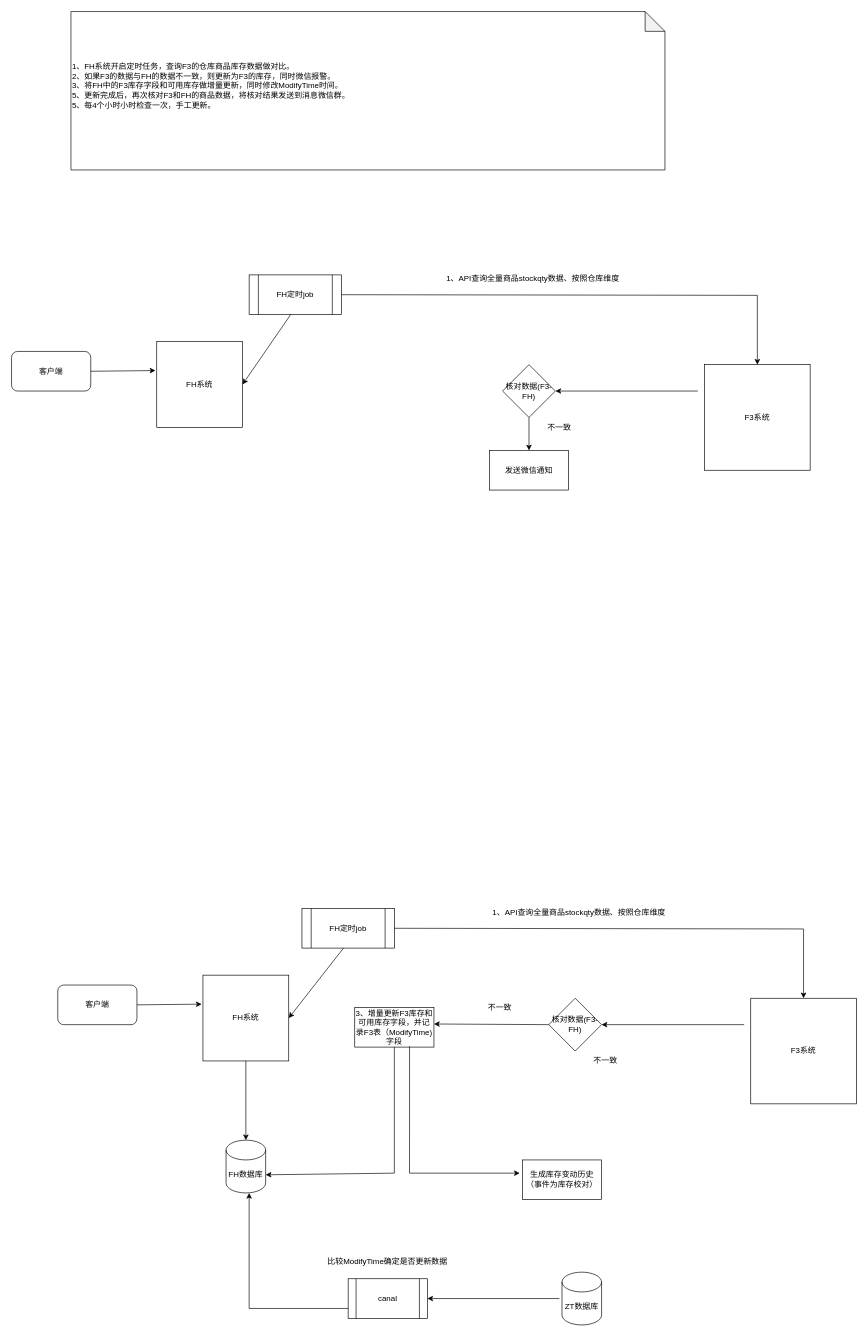
Earlier version of the draw.io diagram SketchMap/FH库存校验.drawio (liuyunlong1229/aaa). Source tidied: cells renumbered, new cells numbered last; positions are measured from the earlier drawing's top-left corner, leaving out a move shared by most shapes. Both pictures are drawn from the tidied source at 66%, with x=0, y=0 at pixel (11, 11).
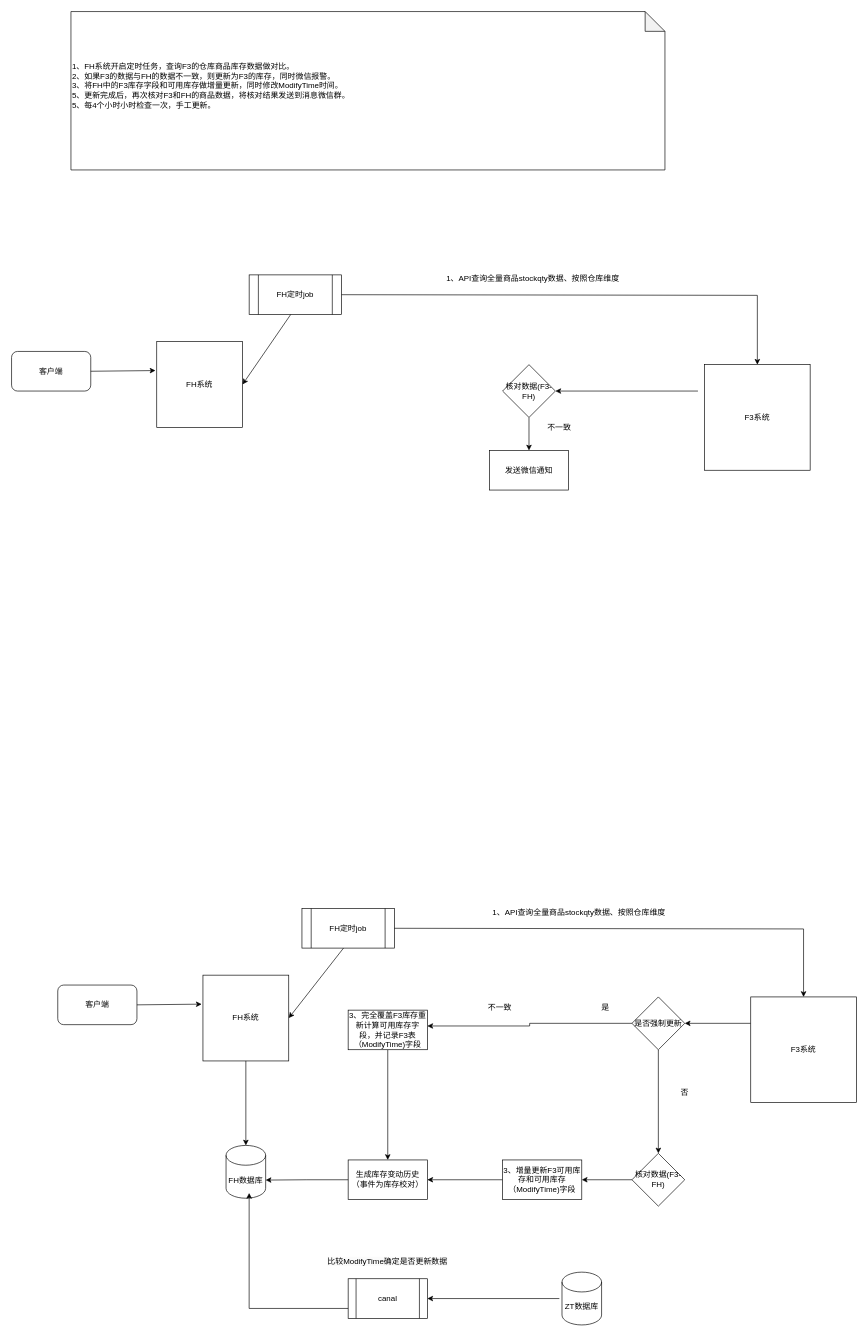
After the change.

Commit message:
更新FH库存校验.drawio

The edit, as a diff of the source:
```diff
@@
     <mxCell id="3" value="FH数据库" style="shape=cylinder3;whiteSpace=wrap;html=1;boundedLbl=1;backgroundOutline=1;size=15;" parent="1" vertex="1">
-      <mxGeometry x="325" y="1710" width="60" height="80" as="geometry" />
+      <mxGeometry x="325" y="1718" width="60" height="80" as="geometry" />
     </mxCell>
+    <mxCell id="40" style="edgeStyle=orthogonalEdgeStyle;rounded=0;jettySize=auto;html=1;exitX=0;exitY=0.25;exitDx=0;exitDy=0;entryX=1;entryY=0.5;entryDx=0;entryDy=0;" parent="1" edge="1" source="4" target="44">
+      <mxGeometry relative="1" as="geometry" />
+    </mxCell>
     <mxCell id="4" value="F3系统" style="whiteSpace=wrap;html=1;" parent="1" vertex="1">
-      <mxGeometry x="1120" y="1495" width="160" height="160" as="geometry" />
+      <mxGeometry x="1120" y="1493" width="160" height="160" as="geometry" />
     </mxCell>
@@
-    <mxCell id="12" value="核对数据(F3-FH)" style="rhombus;whiteSpace=wrap;html=1;" parent="1" vertex="1">
-      <mxGeometry x="814" y="1495" width="80" height="80" as="geometry" />
-    </mxCell>
-    <mxCell id="13" style="endArrow=classic;html=1;rounded=0;entryX=1;entryY=0.5;entryDx=0;entryDy=0;" parent="1" edge="1" target="12">
-      <mxGeometry relative="1" as="geometry">
-        <mxPoint x="1110" y="1535" as="sourcePoint" />
-      </mxGeometry>
-    </mxCell>
+    <mxCell id="41" style="edgeStyle=orthogonalEdgeStyle;rounded=0;jettySize=auto;html=1;entryX=0.5;entryY=0;entryDx=0;entryDy=0;" parent="1" edge="1" source="14" target="25">
+      <mxGeometry relative="1" as="geometry" />
+    </mxCell>
-    <mxCell id="14" value="3、增量更新F3库存和可用库存字段，并记录F3表（ModifyTime)字段" style="rounded=0;whiteSpace=wrap;html=1;" parent="1" vertex="1">
-      <mxGeometry x="520" y="1509" width="120" height="60" as="geometry" />
+    <mxCell id="14" value="3、完全覆盖F3库存重新计算可用库存字段，并记录F3表（ModifyTime)字段" style="rounded=0;whiteSpace=wrap;html=1;" parent="1" vertex="1">
+      <mxGeometry x="510" y="1513" width="120" height="60" as="geometry" />
     </mxCell>
-    <mxCell id="15" style="endArrow=classic;html=1;rounded=0;entryX=1;entryY=0.417;entryDx=0;entryDy=0;entryPerimeter=0;exitX=0;exitY=0.5;exitDx=0;exitDy=0;" parent="1" edge="1" source="12" target="14">
-      <mxGeometry relative="1" as="geometry" />
-    </mxCell>
-    <mxCell id="16" style="endArrow=classic;html=1;rounded=0;entryX=1;entryY=0;entryDx=0;entryDy=52.5;entryPerimeter=0;exitX=0.5;exitY=1;exitDx=0;exitDy=0;" parent="1" edge="1" source="14" target="3">
-      <mxGeometry relative="1" as="geometry">
-        <Array as="points">
-          <mxPoint x="580" y="1760" />
-        </Array>
-      </mxGeometry>
-    </mxCell>
@@
-    <mxCell id="23" value="不一致" style="text;html=1;align=center;verticalAlign=middle;whiteSpace=wrap;rounded=0;" parent="1" vertex="1">
-      <mxGeometry x="870" y="1575" width="60" height="30" as="geometry" />
+    <mxCell id="23" value="是" style="text;html=1;align=center;verticalAlign=middle;whiteSpace=wrap;rounded=0;" parent="1" vertex="1">
+      <mxGeometry x="870" y="1495" width="60" height="30" as="geometry" />
     </mxCell>
@@
     <mxCell id="25" value="生成库存变动历史（事件为库存校对）" style="rounded=0;whiteSpace=wrap;html=1;" parent="1" vertex="1">
-      <mxGeometry x="774" y="1740" width="120" height="60" as="geometry" />
+      <mxGeometry x="510" y="1740" width="120" height="60" as="geometry" />
     </mxCell>
-    <mxCell id="26" style="endArrow=classic;html=1;rounded=0;exitX=0.692;exitY=0.983;exitDx=0;exitDy=0;exitPerimeter=0;" parent="1" edge="1" source="14">
-      <mxGeometry relative="1" as="geometry">
-        <mxPoint x="770" y="1760" as="targetPoint" />
-        <Array as="points">
-          <mxPoint x="603" y="1760" />
-        </Array>
-      </mxGeometry>
-    </mxCell>
@@
+    <mxCell id="42" style="edgeStyle=orthogonalEdgeStyle;rounded=0;jettySize=auto;html=1;exitX=0;exitY=0.5;exitDx=0;exitDy=0;entryX=1;entryY=0.4;entryDx=0;entryDy=0;entryPerimeter=0;" parent="1" edge="1" source="44" target="14">
+      <mxGeometry relative="1" as="geometry" />
+    </mxCell>
+    <mxCell id="43" style="edgeStyle=orthogonalEdgeStyle;rounded=0;jettySize=auto;html=1;" parent="1" edge="1" source="44" target="12">
+      <mxGeometry relative="1" as="geometry" />
+    </mxCell>
+    <mxCell id="44" value="是否强制更新" style="rhombus;whiteSpace=wrap;html=1;" parent="1" vertex="1">
+      <mxGeometry x="940" y="1493" width="80" height="80" as="geometry" />
+    </mxCell>
+    <mxCell id="12" value="核对数据(F3-FH)" style="rhombus;whiteSpace=wrap;html=1;" parent="1" vertex="1">
+      <mxGeometry x="940" y="1730" width="80" height="80" as="geometry" />
+    </mxCell>
+    <mxCell id="45" value="否" style="text;html=1;align=center;verticalAlign=middle;whiteSpace=wrap;rounded=0;" parent="1" vertex="1">
+      <mxGeometry x="990" y="1623" width="60" height="30" as="geometry" />
+    </mxCell>
+    <mxCell id="46" style="endArrow=classic;html=1;rounded=0;entryX=1;entryY=0.5;entryDx=0;entryDy=0;" parent="1" edge="1" source="48" target="25">
+      <mxGeometry relative="1" as="geometry" />
+    </mxCell>
+    <mxCell id="47" style="endArrow=classic;html=1;rounded=0;entryX=1;entryY=0.5;entryDx=0;entryDy=0;" parent="1" edge="1" source="12" target="48">
+      <mxGeometry relative="1" as="geometry" />
+    </mxCell>
+    <mxCell id="48" value="3、增量更新F3可用库存和可用库存（ModifyTime)字段" style="rounded=0;whiteSpace=wrap;html=1;" parent="1" vertex="1">
+      <mxGeometry x="744" y="1740" width="120" height="60" as="geometry" />
+    </mxCell>
+    <mxCell id="49" style="edgeStyle=orthogonalEdgeStyle;rounded=0;jettySize=auto;html=1;exitX=0;exitY=0.5;exitDx=0;exitDy=0;entryX=1;entryY=0;entryDx=0;entryDy=52.5;entryPerimeter=0;" parent="1" edge="1" source="25" target="3">
+      <mxGeometry relative="1" as="geometry" />
+    </mxCell>
```
